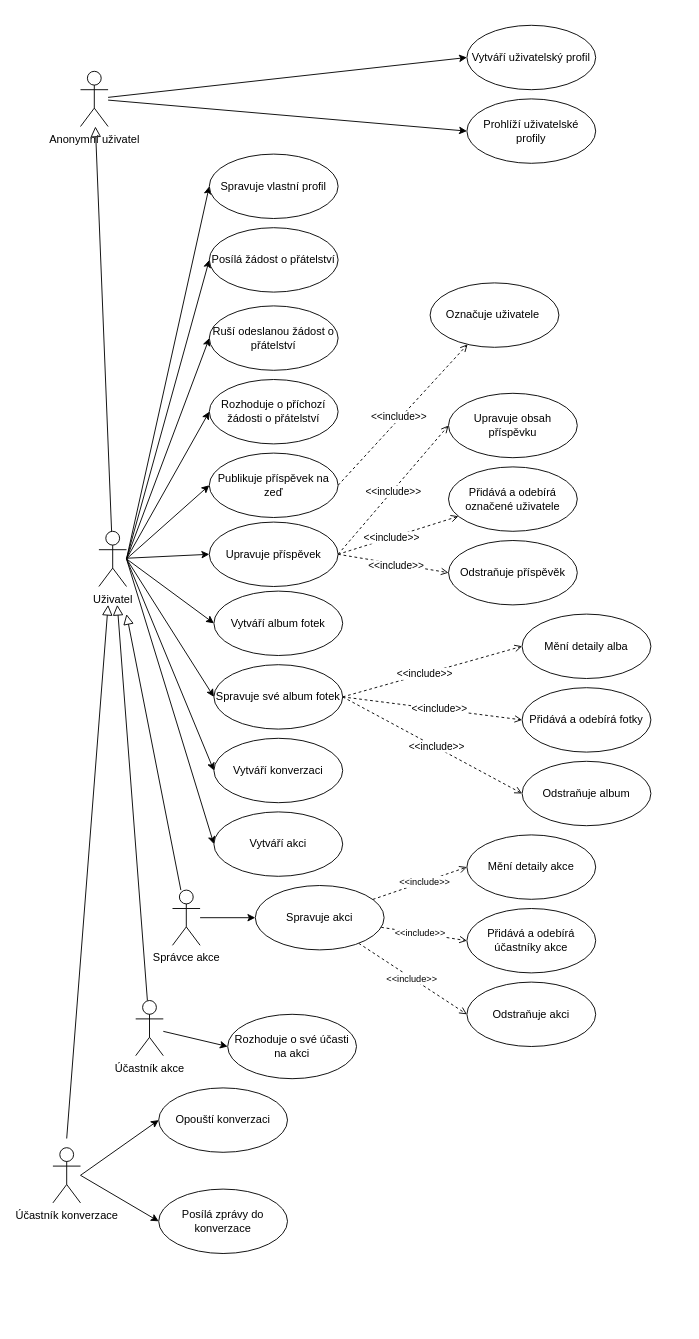
Above: use-case.drawio in JakubBlaha/projekt-IUS (draw.io), before the change. Source tidied: cells renumbered, new cells numbered last; positions are measured from the earlier drawing's top-left corner, leaving out a move shared by most shapes. Both pictures are drawn from the tidied source at 92%, with x=0, y=0 at pixel (52, 25).
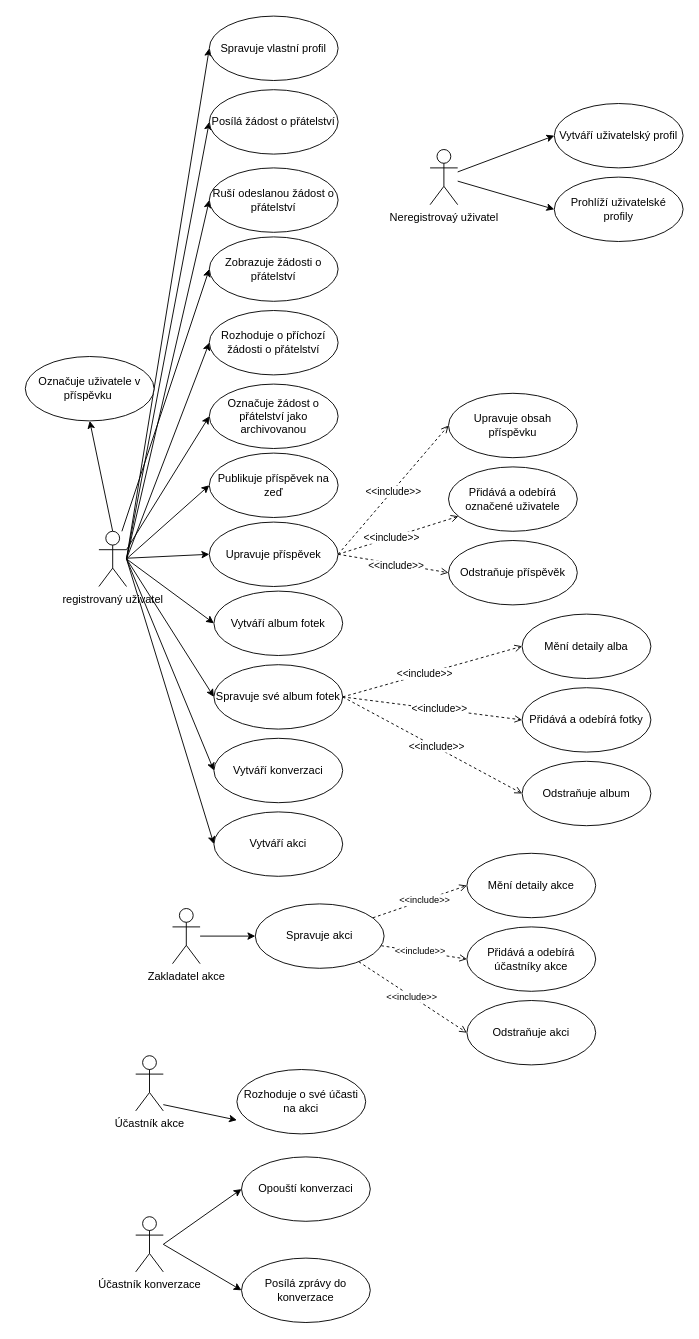
The same page after the edit.

The change refers to these unchanged cells:
```xml
<mxCell id="25" value="Publikuje příspěvek na zeď" style="ellipse;whiteSpace=wrap;html=1;" parent="1" vertex="1">
  <mxGeometry x="170" y="465" width="140" height="70" as="geometry" />
</mxCell>
```

The edit, as a diff of the source:
```diff
@@
-    <mxCell id="11" style="edgeStyle=none;rounded=0;jettySize=auto;html=1;endArrow=block;endFill=0;endSize=9;" parent="1" edge="1" source="15" target="18">
-      <mxGeometry relative="1" as="geometry" />
-    </mxCell>
-    <mxCell id="12" style="edgeStyle=none;rounded=0;jettySize=auto;html=1;endArrow=block;endFill=0;endSize=9;" parent="1" edge="1" source="47">
-      <mxGeometry relative="1" as="geometry">
-        <mxPoint x="70" y="630" as="targetPoint" />
-      </mxGeometry>
-    </mxCell>
-    <mxCell id="13" style="edgeStyle=none;rounded=0;orthogonalLoop=1;jettySize=auto;html=1;endArrow=block;endFill=0;endSize=9;" parent="1" edge="1">
-      <mxGeometry relative="1" as="geometry">
-        <mxPoint x="15" y="1210" as="sourcePoint" />
-        <mxPoint x="60" y="630" as="targetPoint" />
-      </mxGeometry>
-    </mxCell>
@@
+    <mxCell id="73" style="edgeStyle=none;rounded=0;jettySize=auto;html=1;entryX=0;entryY=0.5;entryDx=0;entryDy=0;" parent="1" edge="1" source="15" target="76">
+      <mxGeometry relative="1" as="geometry" />
+    </mxCell>
+    <mxCell id="74" style="edgeStyle=none;rounded=0;jettySize=auto;html=1;exitX=1;exitY=0.3333333333333333;exitDx=0;exitDy=0;exitPerimeter=0;entryX=0;entryY=0.5;entryDx=0;entryDy=0;" parent="1" edge="1" source="15" target="77">
+      <mxGeometry relative="1" as="geometry" />
+    </mxCell>
+    <mxCell id="75" style="rounded=0;jettySize=auto;html=1;exitX=0.5;exitY=0;exitDx=0;exitDy=0;exitPerimeter=0;entryX=0.5;entryY=1;entryDx=0;entryDy=0;" parent="1" edge="1" source="15" target="56">
+      <mxGeometry relative="1" as="geometry" />
+    </mxCell>
-    <mxCell id="15" value="Uživatel" style="shape=umlActor;verticalLabelPosition=bottom;verticalAlign=top;html=1;" parent="1" vertex="1">
+    <mxCell id="15" value="registrovaný uživatel" style="shape=umlActor;verticalLabelPosition=bottom;verticalAlign=top;html=1;" parent="1" vertex="1">
       <mxGeometry x="50" y="550" width="30" height="60" as="geometry" />
     </mxCell>
@@
-    <mxCell id="18" value="Anonymní uživatel" style="shape=umlActor;verticalLabelPosition=bottom;verticalAlign=top;html=1;" parent="1" vertex="1">
-      <mxGeometry x="30" y="50" width="30" height="60" as="geometry" />
+    <mxCell id="18" value="Neregistrovaý uživatel" style="shape=umlActor;verticalLabelPosition=bottom;verticalAlign=top;html=1;" parent="1" vertex="1">
+      <mxGeometry x="410" y="135" width="30" height="60" as="geometry" />
     </mxCell>
     <mxCell id="19" value="Vytváří uživatelský profil" style="ellipse;whiteSpace=wrap;html=1;" parent="1" vertex="1">
-      <mxGeometry x="450" width="140" height="70" as="geometry" />
+      <mxGeometry x="545" y="85" width="140" height="70" as="geometry" />
     </mxCell>
     <mxCell id="20" value="Posílá&amp;nbsp;žádost o přátelství" style="ellipse;whiteSpace=wrap;html=1;" parent="1" vertex="1">
-      <mxGeometry x="170" y="220" width="140" height="70" as="geometry" />
+      <mxGeometry x="170" y="70" width="140" height="70" as="geometry" />
     </mxCell>
     <mxCell id="21" value="Rozhoduje o příchozí žádosti o přátelství" style="ellipse;whiteSpace=wrap;html=1;" parent="1" vertex="1">
-      <mxGeometry x="170" y="385" width="140" height="70" as="geometry" />
+      <mxGeometry x="170" y="310" width="140" height="70" as="geometry" />
     </mxCell>
     <mxCell id="22" value="Ruší odeslanou žádost o přátelství" style="ellipse;whiteSpace=wrap;html=1;" parent="1" vertex="1">
-      <mxGeometry x="170" y="305" width="140" height="70" as="geometry" />
+      <mxGeometry x="170" y="155" width="140" height="70" as="geometry" />
     </mxCell>
-    <mxCell id="23" style="edgeStyle=none;rounded=0;jettySize=auto;html=1;endArrow=open;endFill=0;dashed=1;exitX=1;exitY=0.5;exitDx=0;exitDy=0;" parent="1" edge="1" source="25" target="56">
-      <mxGeometry relative="1" as="geometry" />
-    </mxCell>
-    <mxCell id="24" value="&amp;lt;&amp;lt;include&amp;gt;&amp;gt;" style="edgeLabel;html=1;align=center;verticalAlign=middle;" parent="23" vertex="1">
-      <mxGeometry x="-0.05" y="2" relative="1" as="geometry" />
-    </mxCell>
@@
     <mxCell id="35" value="Posílá zprávy do konverzace" style="ellipse;whiteSpace=wrap;html=1;" parent="1" vertex="1">
-      <mxGeometry x="115" y="1265" width="140" height="70" as="geometry" />
+      <mxGeometry x="205" y="1340" width="140" height="70" as="geometry" />
     </mxCell>
@@
     <mxCell id="43" value="Opouští konverzaci" style="ellipse;whiteSpace=wrap;html=1;" parent="1" vertex="1">
-      <mxGeometry x="115" y="1155" width="140" height="70" as="geometry" />
+      <mxGeometry x="205" y="1230" width="140" height="70" as="geometry" />
     </mxCell>
     <mxCell id="44" value="Spravuje vlastní profil" style="ellipse;whiteSpace=wrap;html=1;" parent="1" vertex="1">
-      <mxGeometry x="170" y="140" width="140" height="70" as="geometry" />
+      <mxGeometry x="170" y="-10" width="140" height="70" as="geometry" />
     </mxCell>
     <mxCell id="45" value="Prohlíží uživatelské profily" style="ellipse;whiteSpace=wrap;html=1;" parent="1" vertex="1">
-      <mxGeometry x="450" y="80" width="140" height="70" as="geometry" />
+      <mxGeometry x="545" y="165" width="140" height="70" as="geometry" />
     </mxCell>
-    <mxCell id="46" style="edgeStyle=none;rounded=0;jettySize=auto;html=1;entryX=0;entryY=0.5;entryDx=0;entryDy=0;endArrow=classic;endFill=1;" parent="1" edge="1" source="47" target="52">
-      <mxGeometry relative="1" as="geometry" />
+    <mxCell id="46" style="edgeStyle=none;rounded=0;orthogonalLoop=1;jettySize=auto;html=1;entryX=0;entryY=0.5;entryDx=0;entryDy=0;endArrow=classic;endFill=1;" parent="1" edge="1">
+      <mxGeometry relative="1" as="geometry">
+        <mxPoint x="120" y="1173.2" as="sourcePoint" />
+        <mxPoint x="200" y="1190" as="targetPoint" />
+      </mxGeometry>
     </mxCell>
     <mxCell id="47" value="Účastník akce" style="shape=umlActor;verticalLabelPosition=bottom;verticalAlign=top;html=1;" parent="1" vertex="1">
-      <mxGeometry x="90" y="1060" width="30" height="60" as="geometry" />
+      <mxGeometry x="90" y="1120" width="30" height="60" as="geometry" />
     </mxCell>
     <mxCell id="48" style="edgeStyle=none;rounded=0;jettySize=auto;html=1;endArrow=classic;endFill=1;entryX=0;entryY=0.5;entryDx=0;entryDy=0;" parent="1" edge="1" target="43">
       <mxGeometry relative="1" as="geometry">
-        <mxPoint x="30" y="1250" as="sourcePoint" />
+        <mxPoint x="120" y="1325" as="sourcePoint" />
       </mxGeometry>
     </mxCell>
     <mxCell id="49" style="edgeStyle=none;rounded=0;jettySize=auto;html=1;endArrow=classic;endFill=1;entryX=0;entryY=0.5;entryDx=0;entryDy=0;" parent="1" edge="1" target="35">
       <mxGeometry relative="1" as="geometry">
-        <mxPoint x="30" y="1250" as="sourcePoint" />
+        <mxPoint x="120" y="1325" as="sourcePoint" />
       </mxGeometry>
     </mxCell>
     <mxCell id="50" value="Účastník konverzace" style="shape=umlActor;verticalLabelPosition=bottom;verticalAlign=top;html=1;" parent="1" vertex="1">
-      <mxGeometry y="1220" width="30" height="60" as="geometry" />
+      <mxGeometry x="90" y="1295" width="30" height="60" as="geometry" />
     </mxCell>
@@
     <mxCell id="52" value="Rozhoduje o své účasti na akci" style="ellipse;whiteSpace=wrap;html=1;" parent="1" vertex="1">
-      <mxGeometry x="190" y="1075" width="140" height="70" as="geometry" />
+      <mxGeometry x="200" y="1135" width="140" height="70" as="geometry" />
     </mxCell>
@@
-    <mxCell id="56" value="Označuje uživatele&amp;nbsp;" style="ellipse;whiteSpace=wrap;html=1;" parent="1" vertex="1">
-      <mxGeometry x="410" y="280" width="140" height="70" as="geometry" />
+    <mxCell id="56" value="Označuje uživatele v příspěvku&amp;nbsp;" style="ellipse;whiteSpace=wrap;html=1;" parent="1" vertex="1">
+      <mxGeometry x="-30" y="360" width="140" height="70" as="geometry" />
     </mxCell>
@@
-    <mxCell id="60" style="edgeStyle=none;rounded=0;jettySize=auto;html=1;endArrow=block;endFill=0;endSize=9;" parent="1" edge="1" source="62">
-      <mxGeometry relative="1" as="geometry">
-        <mxPoint x="80" y="640" as="targetPoint" />
-      </mxGeometry>
-    </mxCell>
@@
-    <mxCell id="62" value="Správce akce" style="shape=umlActor;verticalLabelPosition=bottom;verticalAlign=top;html=1;" parent="1" vertex="1">
-      <mxGeometry x="130" y="940" width="30" height="60" as="geometry" />
+    <mxCell id="62" value="Zakladatel akce" style="shape=umlActor;verticalLabelPosition=bottom;verticalAlign=top;html=1;" parent="1" vertex="1">
+      <mxGeometry x="130" y="960" width="30" height="60" as="geometry" />
     </mxCell>
@@
     <mxCell id="69" value="Spravuje akci" style="ellipse;whiteSpace=wrap;html=1;" parent="1" vertex="1">
-      <mxGeometry x="220" y="935" width="140" height="70" as="geometry" />
+      <mxGeometry x="220" y="955" width="140" height="70" as="geometry" />
     </mxCell>
     <mxCell id="70" value="Mění detaily akce" style="ellipse;whiteSpace=wrap;html=1;" parent="1" vertex="1">
-      <mxGeometry x="450" y="880" width="140" height="70" as="geometry" />
+      <mxGeometry x="450" y="900" width="140" height="70" as="geometry" />
     </mxCell>
     <mxCell id="71" value="Přidává a odebírá účastníky akce" style="ellipse;whiteSpace=wrap;html=1;" parent="1" vertex="1">
-      <mxGeometry x="450" y="960" width="140" height="70" as="geometry" />
+      <mxGeometry x="450" y="980" width="140" height="70" as="geometry" />
     </mxCell>
     <mxCell id="72" value="Odstraňuje akci" style="ellipse;whiteSpace=wrap;html=1;" parent="1" vertex="1">
-      <mxGeometry x="450" y="1040" width="140" height="70" as="geometry" />
+      <mxGeometry x="450" y="1060" width="140" height="70" as="geometry" />
     </mxCell>
+    <mxCell id="76" value="Zobrazuje žádosti o přátelství" style="ellipse;whiteSpace=wrap;html=1;" parent="1" vertex="1">
+      <mxGeometry x="170" y="230" width="140" height="70" as="geometry" />
+    </mxCell>
+    <mxCell id="77" value="Označuje žádost o přátelství jako archivovanou" style="ellipse;whiteSpace=wrap;html=1;" parent="1" vertex="1">
+      <mxGeometry x="170" y="390" width="140" height="70" as="geometry" />
+    </mxCell>
```
